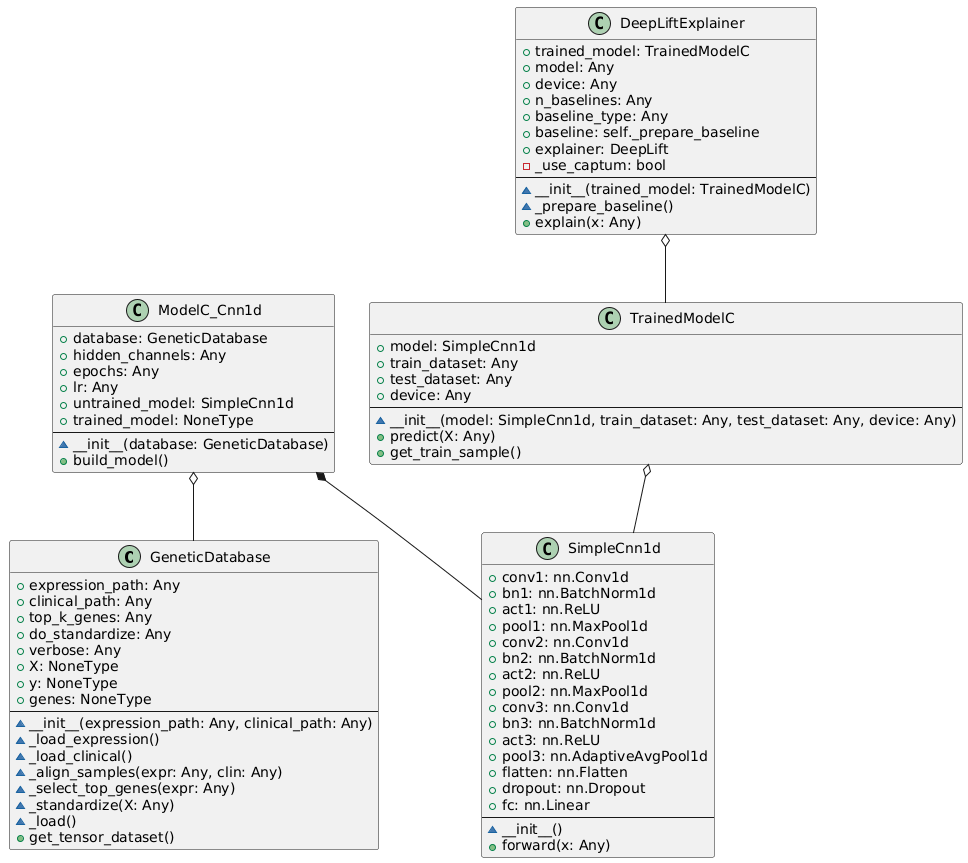
Above: Other examples/CNN + DeepLift/genetic_deeplift_UMLOOModeler_diagram.png in miklotovx/UMLOOModeler (PlantUML), before the change.
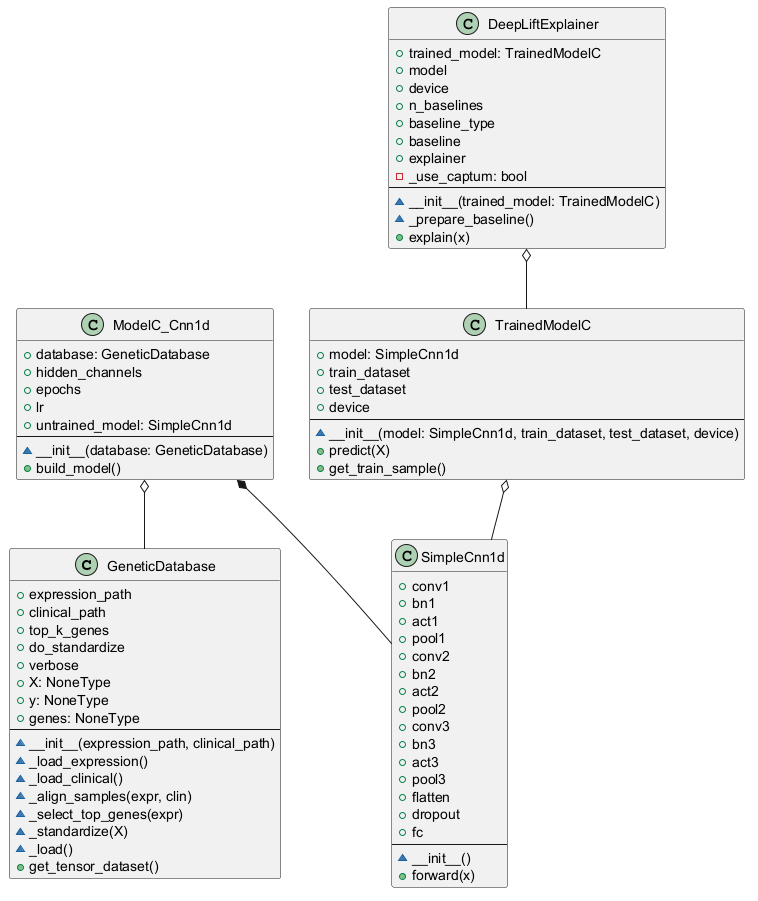
Later version of the same file.

Diff of the diagram source:
```diff
@@ -1,82 +1,81 @@
 @startuml
 
 class "GeneticDatabase" {
-  + expression_path: Any
-  + clinical_path: Any
-  + top_k_genes: Any
-  + do_standardize: Any
-  + verbose: Any
+  + expression_path
+  + clinical_path
+  + top_k_genes
+  + do_standardize
+  + verbose
   + X: NoneType
   + y: NoneType
   + genes: NoneType
   --
-  ~ __init__(expression_path: Any, clinical_path: Any)
+  ~ __init__(expression_path, clinical_path)
   ~ _load_expression()
   ~ _load_clinical()
-  ~ _align_samples(expr: Any, clin: Any)
-  ~ _select_top_genes(expr: Any)
-  ~ _standardize(X: Any)
+  ~ _align_samples(expr, clin)
+  ~ _select_top_genes(expr)
+  ~ _standardize(X)
   ~ _load()
   + get_tensor_dataset()
 }
 
 class "ModelC_Cnn1d" {
   + database: GeneticDatabase
-  + hidden_channels: Any
-  + epochs: Any
-  + lr: Any
+  + hidden_channels
+  + epochs
+  + lr
   + untrained_model: SimpleCnn1d
-  + trained_model: NoneType
   --
   ~ __init__(database: GeneticDatabase)
   + build_model()
 }
 
 class "SimpleCnn1d" {
-  + conv1: nn.Conv1d
-  + bn1: nn.BatchNorm1d
-  + act1: nn.ReLU
-  + pool1: nn.MaxPool1d
-  + conv2: nn.Conv1d
-  + bn2: nn.BatchNorm1d
-  + act2: nn.ReLU
-  + pool2: nn.MaxPool1d
-  + conv3: nn.Conv1d
-  + bn3: nn.BatchNorm1d
-  + act3: nn.ReLU
-  + pool3: nn.AdaptiveAvgPool1d
-  + flatten: nn.Flatten
-  + dropout: nn.Dropout
-  + fc: nn.Linear
+  + conv1
+  + bn1
+  + act1
+  + pool1
+  + conv2
+  + bn2
+  + act2
+  + pool2
+  + conv3
+  + bn3
+  + act3
+  + pool3
+  + flatten
+  + dropout
+  + fc
   --
   ~ __init__()
-  + forward(x: Any)
+  + forward(x)
 }
 
 class "TrainedModelC" {
   + model: SimpleCnn1d
-  + train_dataset: Any
-  + test_dataset: Any
-  + device: Any
+  + train_dataset
+  + test_dataset
+  + device
   --
-  ~ __init__(model: SimpleCnn1d, train_dataset: Any, test_dataset: Any, device: Any)
-  + predict(X: Any)
+  ~ __init__(model: SimpleCnn1d, train_dataset, test_dataset, device)
+  + predict(X)
   + get_train_sample()
 }
 
 class "DeepLiftExplainer" {
   + trained_model: TrainedModelC
-  + model: Any
-  + device: Any
-  + n_baselines: Any
-  + baseline_type: Any
-  + baseline: self._prepare_baseline
-  + explainer: DeepLift
+  + model
+  + device
+  + n_baselines
+  + baseline_type
+  + baseline
+  + explainer
   - _use_captum: bool
   --
   ~ __init__(trained_model: TrainedModelC)
   ~ _prepare_baseline()
-  + explain(x: Any)
+  + explain(x)
 }
 
 ModelC_Cnn1d *-- SimpleCnn1d
```
